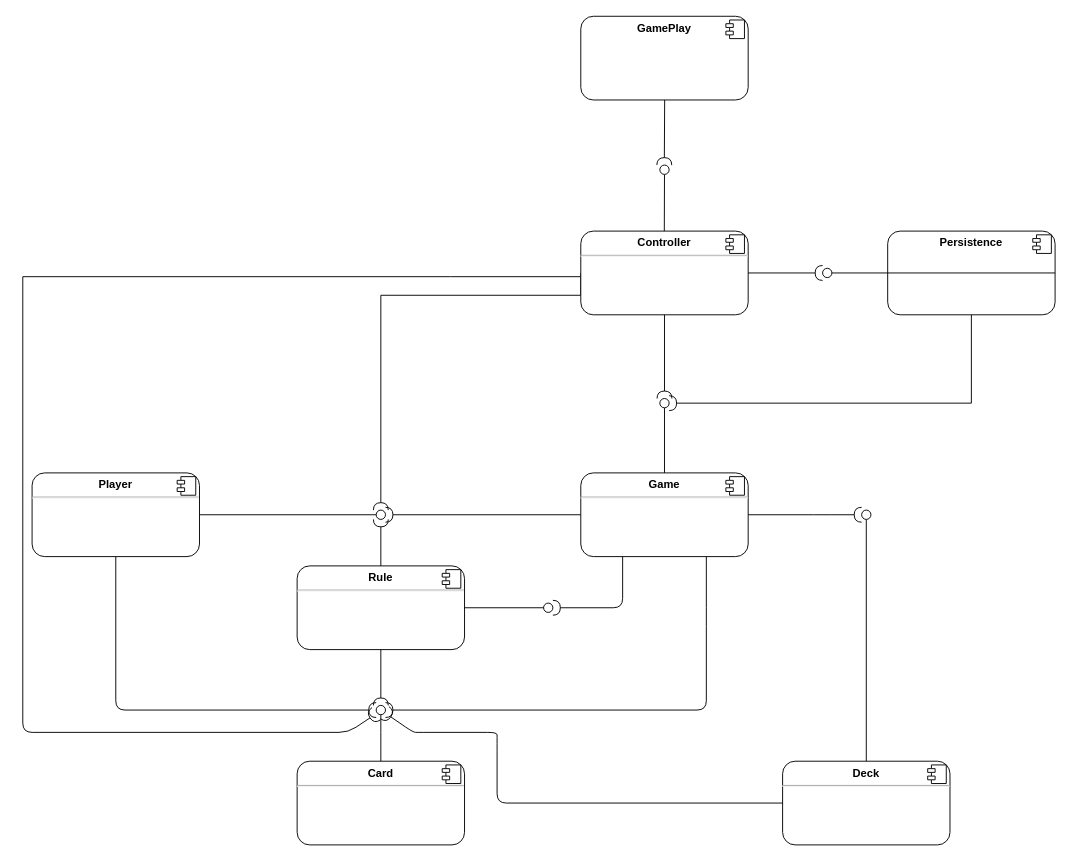
RiFrost/mau-mau keeps this draw.io diagram as docs/componentdiagram.drawio. Above is the earlier version. Source tidied: cells renumbered, new cells numbered last; positions are measured from the earlier drawing's top-left corner, leaving out a move shared by most shapes. Both pictures are drawn from the tidied source at 93%, with x=0, y=0 at pixel (22, 16).
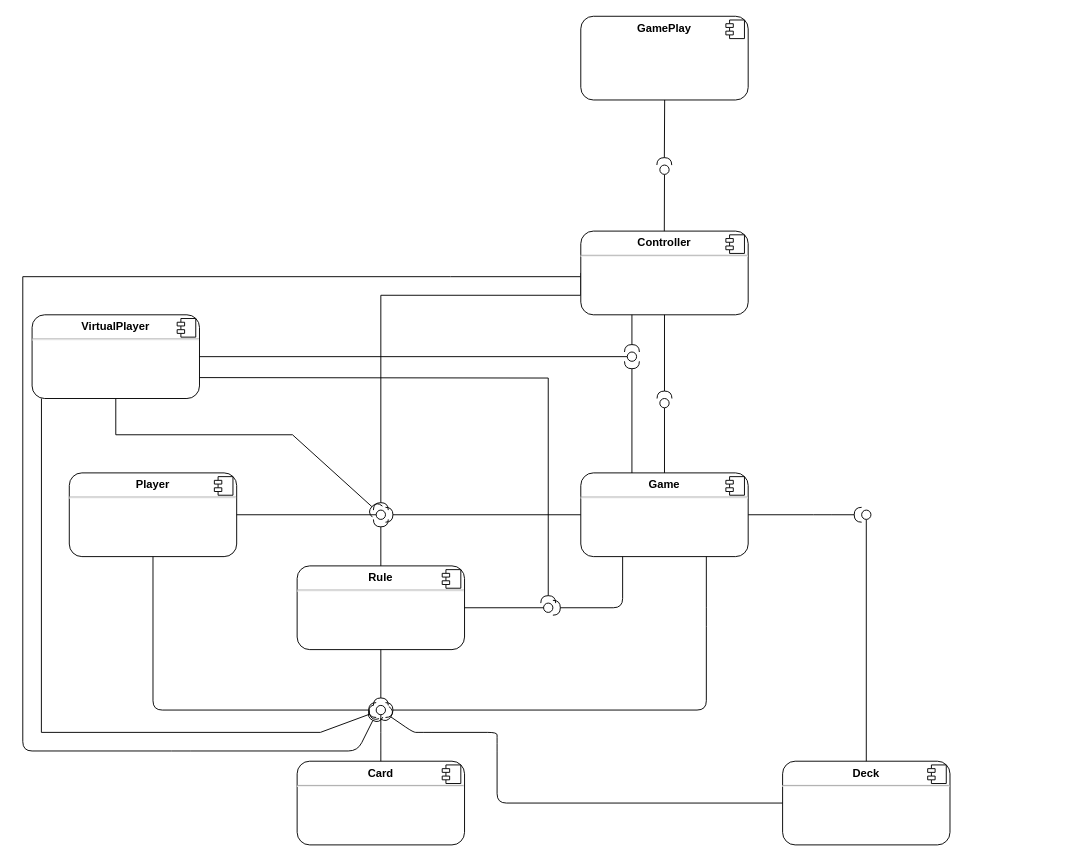
After the change.

Unchanged cells that the change refers to:
```xml
<mxCell id="6" value="&lt;p style=&quot;margin:0px;margin-top:6px;text-align:center;&quot;&gt;&lt;b&gt;Game&lt;/b&gt;&lt;/p&gt;&lt;hr&gt;&lt;p style=&quot;margin:0px;margin-left:8px;&quot;&gt;&lt;br&gt;&lt;br&gt;&lt;/p&gt;" style="align=left;overflow=fill;html=1;rounded=1;" parent="1" vertex="1">
  <mxGeometry x="600" y="491" width="180" height="90" as="geometry" />
</mxCell>
<mxCell id="18" style="ellipse;whiteSpace=wrap;html=1;align=center;points=[];outlineConnect=0;rounded=1;" parent="1" vertex="1">
  <mxGeometry x="380" y="741" width="10" height="10" as="geometry" />
</mxCell>
<mxCell id="21" style="ellipse;whiteSpace=wrap;html=1;align=center;points=[];outlineConnect=0;rounded=1;" parent="1" vertex="1">
  <mxGeometry x="380" y="531" width="10" height="10" as="geometry" />
</mxCell>
<mxCell id="27" style="ellipse;whiteSpace=wrap;html=1;align=center;points=[];outlineConnect=0;rounded=1;" parent="1" vertex="1">
  <mxGeometry x="685" y="411" width="10" height="10" as="geometry" />
</mxCell>
<mxCell id="32" style="ellipse;whiteSpace=wrap;html=1;align=center;points=[];outlineConnect=0;rounded=1;" parent="1" vertex="1">
  <mxGeometry x="560" y="631" width="10" height="10" as="geometry" />
</mxCell>
```

What changed in the source:
```diff
@@
     <mxCell id="2" value="&lt;p style=&quot;margin:0px;margin-top:6px;text-align:center;&quot;&gt;&lt;b&gt;Player&lt;/b&gt;&lt;/p&gt;&lt;hr&gt;" style="align=left;overflow=fill;html=1;rounded=1;" parent="1" vertex="1">
-      <mxGeometry x="10" y="491" width="180" height="90" as="geometry" />
+      <mxGeometry x="50" y="491" width="180" height="90" as="geometry" />
     </mxCell>
@@
+    <mxCell id="48" style="edgeStyle=orthogonalEdgeStyle;rounded=0;jettySize=auto;html=1;exitX=0.324;exitY=0.008;exitDx=0;exitDy=0;endArrow=halfCircle;endFill=0;endSize=6;exitPerimeter=0;" parent="1" edge="1" source="6" target="56">
+      <mxGeometry relative="1" as="geometry">
+        <Array as="points">
+          <mxPoint x="655" y="492" />
+        </Array>
+      </mxGeometry>
+    </mxCell>
@@
+    <mxCell id="49" style="edgeStyle=none;rounded=0;jettySize=auto;html=1;endArrow=halfCircle;endFill=0;endSize=6;" parent="1" edge="1" target="56">
+      <mxGeometry relative="1" as="geometry">
+        <mxPoint x="655" y="320" as="sourcePoint" />
+      </mxGeometry>
+    </mxCell>
@@
     <mxCell id="30" style="rounded=1;jettySize=auto;html=1;endArrow=halfCircle;endFill=0;endSize=6;strokeWidth=1;exitX=0.5;exitY=1;exitDx=0;exitDy=0;" parent="1" edge="1" source="2">
       <mxGeometry relative="1" as="geometry">
         <mxPoint x="380" y="746" as="targetPoint" />
         <Array as="points">
-          <mxPoint x="100" y="746" />
+          <mxPoint x="140" y="746" />
         </Array>
       </mxGeometry>
     </mxCell>
@@
-    <mxCell id="41" style="edgeStyle=orthogonalEdgeStyle;rounded=0;jettySize=auto;html=1;exitX=0.5;exitY=1;exitDx=0;exitDy=0;endArrow=halfCircle;endFill=0;" parent="1" edge="1" source="42" target="27">
-      <mxGeometry relative="1" as="geometry">
-        <Array as="points">
-          <mxPoint x="1020" y="416" />
-        </Array>
-      </mxGeometry>
-    </mxCell>
-    <mxCell id="42" value="&lt;p style=&quot;margin: 0px ; margin-top: 6px ; text-align: center&quot;&gt;&lt;b&gt;Persistence&lt;/b&gt;&lt;/p&gt;" style="align=left;overflow=fill;html=1;rounded=1;gradientColor=none;glass=0;shadow=0;sketch=0;" parent="1" vertex="1">
-      <mxGeometry x="930" y="231" width="180" height="90" as="geometry" />
-    </mxCell>
-    <mxCell id="43" style="shape=component;jettyWidth=8;jettyHeight=4;rounded=1;" parent="42" vertex="1">
-      <mxGeometry x="1" width="20" height="20" relative="1" as="geometry">
-        <mxPoint x="-24" y="4" as="offset" />
-      </mxGeometry>
-    </mxCell>
-    <mxCell id="44" style="rounded=1;jettySize=auto;html=1;endArrow=none;endFill=0;sourcePerimeterSpacing=0;targetPerimeterSpacing=0;exitX=1;exitY=0.5;exitDx=0;exitDy=0;" parent="1" edge="1" source="42" target="45">
-      <mxGeometry relative="1" as="geometry" />
-    </mxCell>
-    <mxCell id="45" style="ellipse;whiteSpace=wrap;html=1;align=center;points=[];outlineConnect=0;rounded=1;" parent="1" vertex="1">
-      <mxGeometry x="860" y="271" width="10" height="10" as="geometry" />
-    </mxCell>
-    <mxCell id="46" style="rounded=1;jettySize=auto;html=1;endArrow=halfCircle;endFill=0;endSize=6;strokeWidth=1;" parent="1" edge="1" target="45">
-      <mxGeometry relative="1" as="geometry">
-        <mxPoint x="780" y="276" as="sourcePoint" />
-      </mxGeometry>
-    </mxCell>
     <mxCell id="47" style="rounded=1;jettySize=auto;html=1;endArrow=halfCircle;endFill=0;endSize=6;strokeWidth=1;entryX=0;entryY=0.9;entryDx=0;entryDy=0;entryPerimeter=0;" parent="1" edge="1" target="18">
       <mxGeometry relative="1" as="geometry">
         <mxPoint y="280" as="sourcePoint" />
         <Array as="points">
-          <mxPoint y="770" />
-          <mxPoint x="350" y="770" />
+          <mxPoint y="790" />
+          <mxPoint x="170" y="790" />
+          <mxPoint x="360" y="790" />
         </Array>
       </mxGeometry>
     </mxCell>
+    <mxCell id="50" style="rounded=0;jettySize=auto;html=1;endArrow=halfCircle;endFill=0;endSize=6;exitX=0.5;exitY=1;exitDx=0;exitDy=0;" parent="1" edge="1" source="53" target="21">
+      <mxGeometry relative="1" as="geometry">
+        <Array as="points">
+          <mxPoint x="100" y="450" />
+          <mxPoint x="290" y="450" />
+        </Array>
+      </mxGeometry>
+    </mxCell>
+    <mxCell id="51" style="edgeStyle=none;rounded=0;jettySize=auto;html=1;exitX=0.056;exitY=1;exitDx=0;exitDy=0;endArrow=halfCircle;endFill=0;endSize=6;exitPerimeter=0;" parent="1" edge="1" source="53" target="18">
+      <mxGeometry relative="1" as="geometry">
+        <Array as="points">
+          <mxPoint x="20" y="770" />
+          <mxPoint x="320" y="770" />
+        </Array>
+      </mxGeometry>
+    </mxCell>
+    <mxCell id="52" style="edgeStyle=none;rounded=0;jettySize=auto;html=1;endArrow=halfCircle;endFill=0;endSize=6;exitX=1;exitY=0.75;exitDx=0;exitDy=0;" parent="1" edge="1" source="53" target="32">
+      <mxGeometry relative="1" as="geometry">
+        <Array as="points">
+          <mxPoint x="565" y="389" />
+        </Array>
+      </mxGeometry>
+    </mxCell>
+    <mxCell id="53" value="&lt;p style=&quot;margin: 0px ; margin-top: 6px ; text-align: center&quot;&gt;&lt;b&gt;Virtual&lt;/b&gt;&lt;b&gt;Player&lt;/b&gt;&lt;/p&gt;&lt;hr&gt;" style="align=left;overflow=fill;html=1;rounded=1;" parent="1" vertex="1">
+      <mxGeometry x="10" y="321" width="180" height="90" as="geometry" />
+    </mxCell>
+    <mxCell id="54" style="shape=component;jettyWidth=8;jettyHeight=4;rounded=1;" parent="53" vertex="1">
+      <mxGeometry x="1" width="20" height="20" relative="1" as="geometry">
+        <mxPoint x="-24" y="4" as="offset" />
+      </mxGeometry>
+    </mxCell>
+    <mxCell id="55" style="rounded=0;jettySize=auto;html=1;endArrow=none;endFill=0;sketch=0;sourcePerimeterSpacing=0;targetPerimeterSpacing=0;endSize=11;" parent="1" edge="1" source="53" target="56">
+      <mxGeometry relative="1" as="geometry" />
+    </mxCell>
+    <mxCell id="56" style="ellipse;whiteSpace=wrap;html=1;align=center;points=[];outlineConnect=0;sketch=0;" parent="1" vertex="1">
+      <mxGeometry x="650" y="361" width="10" height="10" as="geometry" />
+    </mxCell>
```
